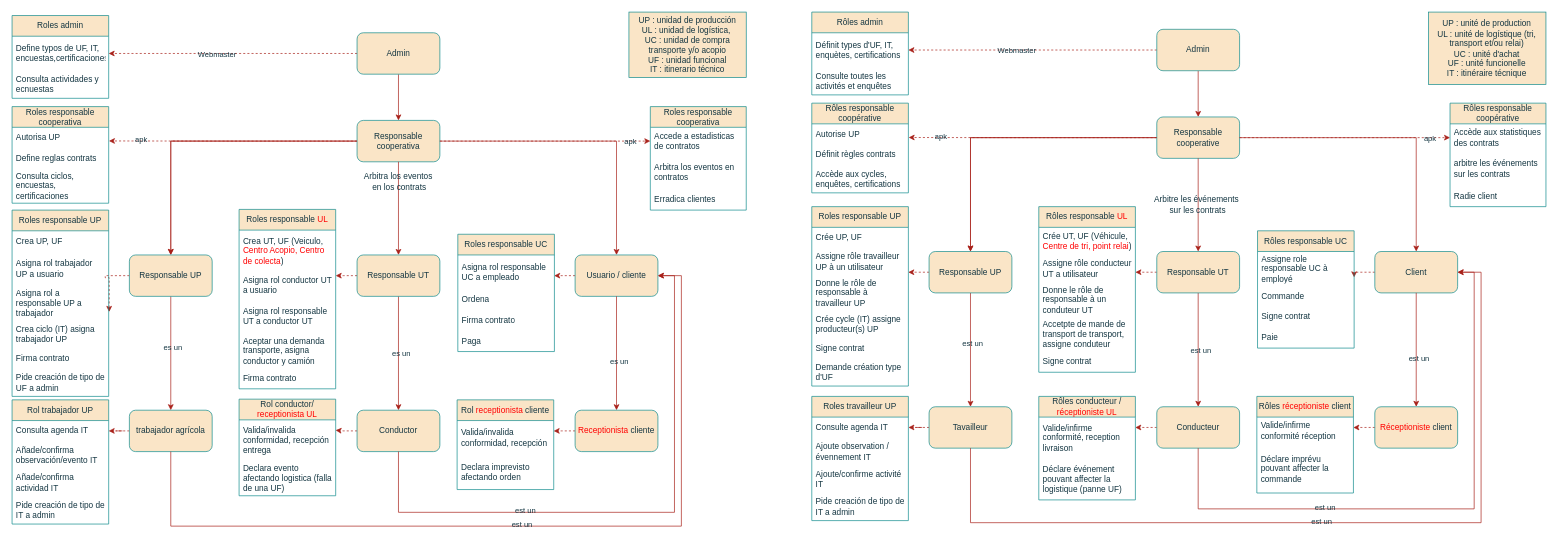
Earlier version of the draw.io diagram Roles.drawio (agroecomakers/Diagrammes-miCampo). Source tidied: cells renumbered, new cells numbered last; positions are measured from the earlier drawing's top-left corner, leaving out a move shared by most shapes. Both pictures are drawn from the tidied source at 69%, with x=0, y=0 at pixel (12, 12).
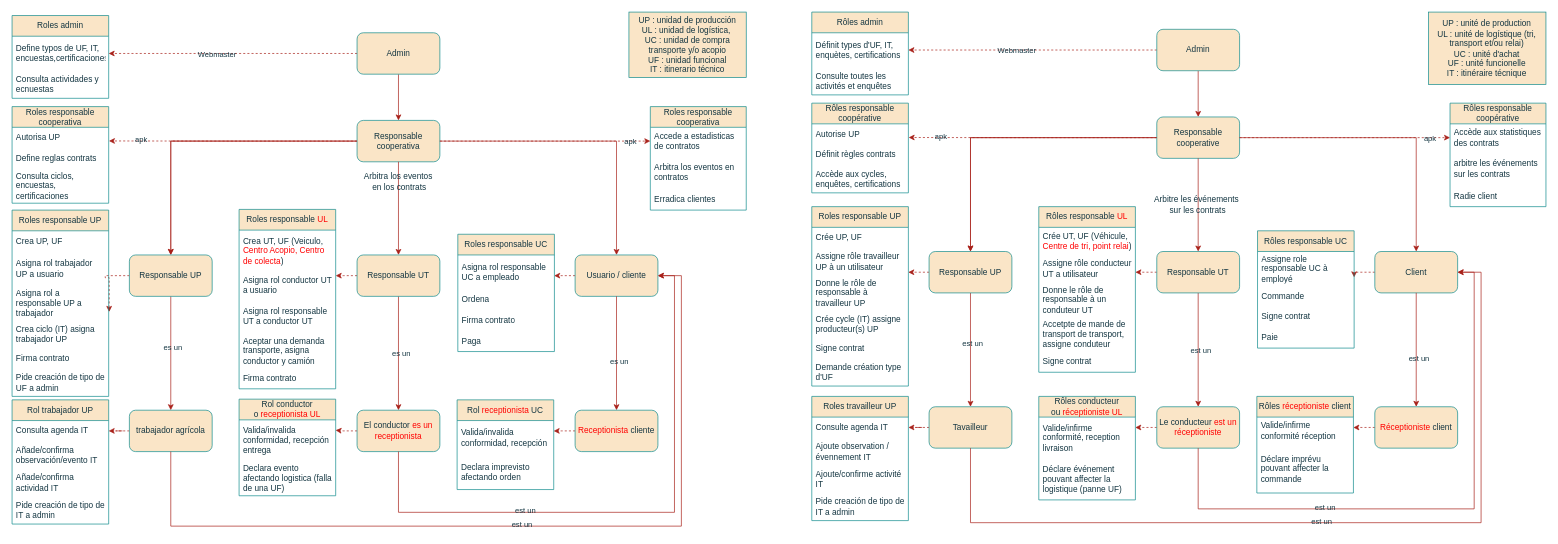
The same diagram, later.

Commit message (it also covers changes not shown here):
Mettre à jour Roles.drawio

Diff of the diagram source:
```diff
@@
-    <mxCell id="27" value="Conducteur" style="whiteSpace=wrap;html=1;rounded=1;labelBackgroundColor=none;fillColor=#FAE5C7;strokeColor=#0F8B8D;fontColor=#143642;" parent="1" vertex="1">
+    <mxCell id="27" value="Le conducteur &lt;span style=&quot;color: rgb(255, 0, 0);&quot;&gt;est un réceptioniste&lt;/span&gt;" style="whiteSpace=wrap;html=1;rounded=1;labelBackgroundColor=none;fillColor=#FAE5C7;strokeColor=#0F8B8D;fontColor=#143642;" parent="1" vertex="1">
       <mxGeometry x="1659" y="572" width="120" height="60" as="geometry" />
     </mxCell>
@@
-    <mxCell id="46" value="Rôles conducteur / &lt;span style=&quot;color: rgb(255, 0, 0);&quot;&gt;réceptioniste&lt;/span&gt; &lt;span style=&quot;color: rgb(255, 0, 0);&quot;&gt;UL&lt;/span&gt;" style="swimlane;fontStyle=0;horizontal=1;startSize=30;whiteSpace=wrap;html=1;labelBackgroundColor=none;fillColor=#FAE5C7;strokeColor=#0F8B8D;fontColor=#143642;" parent="1" vertex="1">
+    <mxCell id="46" value="Rôles conducteur ou&amp;nbsp;&lt;span style=&quot;color: rgb(255, 0, 0);&quot;&gt;réceptioniste&lt;/span&gt; &lt;span style=&quot;color: rgb(255, 0, 0);&quot;&gt;UL&lt;/span&gt;" style="swimlane;fontStyle=0;horizontal=1;startSize=30;whiteSpace=wrap;html=1;labelBackgroundColor=none;fillColor=#FAE5C7;strokeColor=#0F8B8D;fontColor=#143642;" parent="1" vertex="1">
       <mxGeometry x="1488" y="557" width="140" height="150" as="geometry" />
     </mxCell>
@@
-    <mxCell id="103" value="Conductor" style="whiteSpace=wrap;html=1;rounded=1;labelBackgroundColor=none;fillColor=#FAE5C7;strokeColor=#0F8B8D;fontColor=#143642;" parent="1" vertex="1">
+    <mxCell id="103" value="El conductor &lt;span style=&quot;color: rgb(255, 0, 0);&quot;&gt;es un receptionista&lt;/span&gt;" style="whiteSpace=wrap;html=1;rounded=1;labelBackgroundColor=none;fillColor=#FAE5C7;strokeColor=#0F8B8D;fontColor=#143642;" parent="1" vertex="1">
       <mxGeometry x="500" y="577" width="120" height="60" as="geometry" />
     </mxCell>
@@
-    <mxCell id="122" value="Rol conductor/ &lt;span style=&quot;color: rgb(255, 0, 0);&quot;&gt;receptionista&lt;/span&gt; &lt;span style=&quot;color: rgb(255, 0, 0);&quot;&gt;UL&lt;/span&gt;" style="swimlane;fontStyle=0;horizontal=1;startSize=30;whiteSpace=wrap;html=1;labelBackgroundColor=none;fillColor=#FAE5C7;strokeColor=#0F8B8D;fontColor=#143642;" parent="1" vertex="1">
+    <mxCell id="122" value="Rol conductor o&amp;nbsp;&lt;span style=&quot;color: rgb(255, 0, 0);&quot;&gt;receptionista&lt;/span&gt; &lt;span style=&quot;color: rgb(255, 0, 0);&quot;&gt;UL&lt;/span&gt;" style="swimlane;fontStyle=0;horizontal=1;startSize=30;whiteSpace=wrap;html=1;labelBackgroundColor=none;fillColor=#FAE5C7;strokeColor=#0F8B8D;fontColor=#143642;" parent="1" vertex="1">
       <mxGeometry x="329" y="561" width="140" height="140" as="geometry" />
     </mxCell>
@@
-    <mxCell id="142" value="Rol &lt;span style=&quot;color: rgb(255, 0, 0);&quot;&gt;receptionista&lt;/span&gt; cliente" style="swimlane;fontStyle=0;horizontal=1;startSize=30;whiteSpace=wrap;html=1;labelBackgroundColor=none;fillColor=#FAE5C7;strokeColor=#0F8B8D;fontColor=#143642;" parent="1" vertex="1">
+    <mxCell id="142" value="Rol &lt;span style=&quot;color: rgb(255, 0, 0);&quot;&gt;receptionista&lt;/span&gt;&amp;nbsp;UC" style="swimlane;fontStyle=0;horizontal=1;startSize=30;whiteSpace=wrap;html=1;labelBackgroundColor=none;fillColor=#FAE5C7;strokeColor=#0F8B8D;fontColor=#143642;" parent="1" vertex="1">
       <mxGeometry x="645" y="562" width="140" height="130" as="geometry" />
     </mxCell>
```
